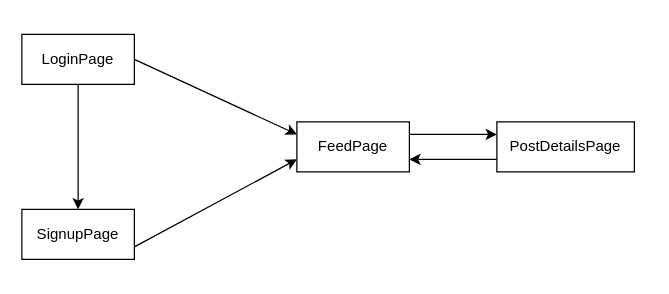
The draw.io diagram modulo3/projeto-LabEddit/labeddit/src/assets/LabEddit.drawio in future4code/silveira-Lourenco-Souza, before the edit. Source tidied: cells renumbered, new cells numbered last; positions are measured from the earlier drawing's top-left corner, leaving out a move shared by most shapes. Both pictures are drawn from the tidied source at 125%, with x=0, y=0 at pixel (21, 34).
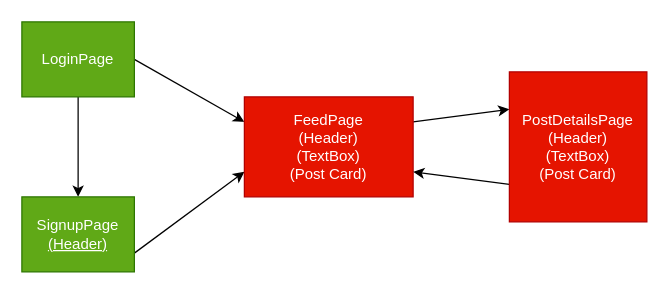
Above is the later version.

Commit message (it also covers changes not shown here):
Páginas criadas 2/4 (SignupPage)

Diff of the diagram source:
```diff
@@
 <mxGraphModel>
   <root>
     <mxCell id="0" />
     <mxCell id="1" parent="0" />
     <mxCell id="2" style="edgeStyle=none;html=1;exitX=0.5;exitY=1;exitDx=0;exitDy=0;entryX=0.5;entryY=0;entryDx=0;entryDy=0;" parent="1" edge="1" source="4" target="6">
       <mxGeometry relative="1" as="geometry" />
     </mxCell>
     <mxCell id="3" style="edgeStyle=none;html=1;exitX=1;exitY=0.5;exitDx=0;exitDy=0;entryX=0;entryY=0.25;entryDx=0;entryDy=0;" parent="1" edge="1" source="4" target="8">
       <mxGeometry relative="1" as="geometry" />
     </mxCell>
-    <mxCell id="4" value="LoginPage" style="rounded=0;whiteSpace=wrap;html=1;" parent="1" vertex="1">
-      <mxGeometry width="90" height="40" as="geometry" />
+    <mxCell id="4" value="LoginPage" style="rounded=0;whiteSpace=wrap;html=1;fillColor=#60a917;fontColor=#ffffff;strokeColor=#2D7600;" parent="1" vertex="1">
+      <mxGeometry y="-10" width="90" height="60" as="geometry" />
     </mxCell>
     <mxCell id="5" style="edgeStyle=none;html=1;exitX=1;exitY=0.75;exitDx=0;exitDy=0;entryX=0;entryY=0.75;entryDx=0;entryDy=0;" parent="1" edge="1" source="6" target="8">
       <mxGeometry relative="1" as="geometry" />
     </mxCell>
-    <mxCell id="6" value="SignupPage" style="rounded=0;whiteSpace=wrap;html=1;" parent="1" vertex="1">
-      <mxGeometry y="140" width="90" height="40" as="geometry" />
+    <mxCell id="6" value="SignupPage&lt;br&gt;&lt;span&gt;&lt;u&gt;(Header)&lt;/u&gt;&lt;/span&gt;" style="rounded=0;whiteSpace=wrap;html=1;fillColor=#60a917;fontColor=#ffffff;strokeColor=#2D7600;" parent="1" vertex="1">
+      <mxGeometry y="130" width="90" height="60" as="geometry" />
     </mxCell>
     <mxCell id="7" style="edgeStyle=none;html=1;exitX=1;exitY=0.25;exitDx=0;exitDy=0;entryX=0;entryY=0.25;entryDx=0;entryDy=0;" parent="1" edge="1" source="8" target="10">
       <mxGeometry relative="1" as="geometry" />
     </mxCell>
-    <mxCell id="8" value="FeedPage" style="rounded=0;whiteSpace=wrap;html=1;" parent="1" vertex="1">
-      <mxGeometry x="220" y="70" width="90" height="40" as="geometry" />
+    <mxCell id="8" value="FeedPage&lt;br&gt;(Header)&lt;br&gt;(TextBox)&lt;br&gt;(Post Card)" style="rounded=0;whiteSpace=wrap;html=1;fillColor=#e51400;fontColor=#ffffff;strokeColor=#B20000;" parent="1" vertex="1">
+      <mxGeometry x="178" y="50" width="135" height="80" as="geometry" />
     </mxCell>
     <mxCell id="9" style="edgeStyle=none;html=1;exitX=0;exitY=0.75;exitDx=0;exitDy=0;entryX=1;entryY=0.75;entryDx=0;entryDy=0;" parent="1" edge="1" source="10" target="8">
       <mxGeometry relative="1" as="geometry" />
     </mxCell>
-    <mxCell id="10" value="PostDetailsPage" style="rounded=0;whiteSpace=wrap;html=1;" parent="1" vertex="1">
-      <mxGeometry x="380" y="70" width="110" height="40" as="geometry" />
+    <mxCell id="10" value="PostDetailsPage&lt;br&gt;(Header)&lt;br&gt;(TextBox)&lt;br&gt;(Post Card)" style="rounded=0;whiteSpace=wrap;html=1;fillColor=#e51400;fontColor=#ffffff;strokeColor=#B20000;" parent="1" vertex="1">
+      <mxGeometry x="390" y="30" width="110" height="120" as="geometry" />
     </mxCell>
   </root>
 </mxGraphModel>
```
